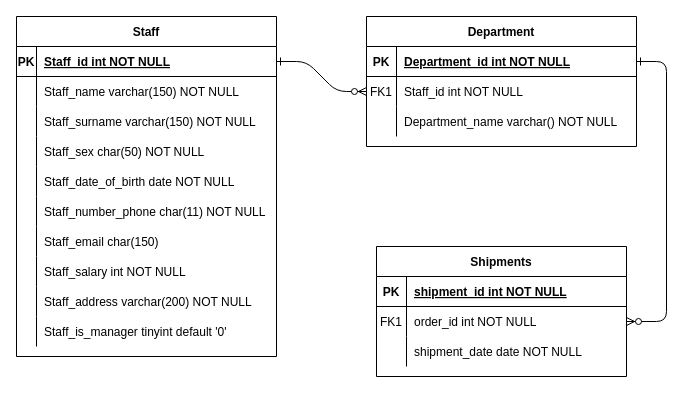
Earlier version of the draw.io diagram QuanLiNhanVien.drawio (Mvt1927/MoHinhEr). Source tidied: cells renumbered, new cells numbered last; positions are measured from the earlier drawing's top-left corner, leaving out a move shared by most shapes. Both pictures are drawn from the tidied source at 100%, with x=0, y=0 at pixel (16, 16).
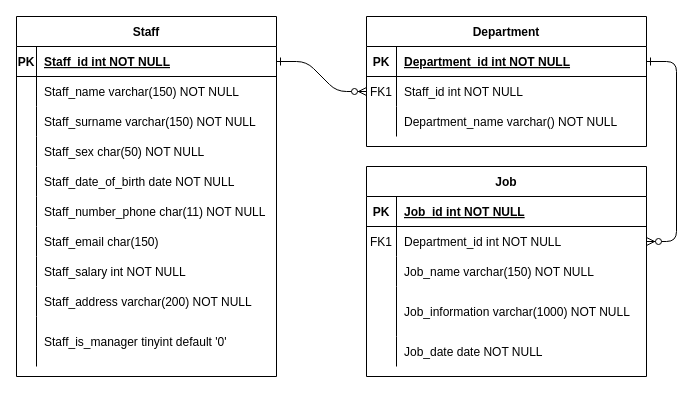
The same page after the edit.

What changed in the source:
```diff
@@
     <mxCell id="4" value="Department" style="shape=table;startSize=30;childLayout=tableLayout;rowLines=0;fontStyle=1;align=center;" parent="1" vertex="1">
-      <mxGeometry x="350" width="270" height="130" as="geometry" />
+      <mxGeometry x="350" width="280" height="130" as="geometry" />
     </mxCell>
     <mxCell id="5" style="shape=partialRectangle;fillColor=none;points=[[0,0.5],[1,0.5]];portConstraint=eastwest;top=0;left=0;right=0;bottom=1;" parent="4" vertex="1">
-      <mxGeometry y="30" width="270" height="30" as="geometry" />
+      <mxGeometry y="30" width="280" height="30" as="geometry" />
     </mxCell>
@@
     <mxCell id="7" value="Department_id int NOT NULL " style="shape=partialRectangle;overflow=hidden;fillColor=none;top=0;left=0;bottom=0;right=0;align=left;spacingLeft=6;fontStyle=5;" parent="5" vertex="1">
-      <mxGeometry x="30" width="240" height="30" as="geometry" />
+      <mxGeometry x="30" width="250" height="30" as="geometry" />
     </mxCell>
     <mxCell id="8" style="shape=partialRectangle;fillColor=none;points=[[0,0.5],[1,0.5]];portConstraint=eastwest;top=0;left=0;right=0;bottom=0;" parent="4" vertex="1">
-      <mxGeometry y="60" width="270" height="30" as="geometry" />
+      <mxGeometry y="60" width="280" height="30" as="geometry" />
     </mxCell>
@@
     <mxCell id="10" value="Staff_id int NOT NULL" style="shape=partialRectangle;overflow=hidden;fillColor=none;top=0;left=0;bottom=0;right=0;align=left;spacingLeft=6;" parent="8" vertex="1">
-      <mxGeometry x="30" width="240" height="30" as="geometry" />
+      <mxGeometry x="30" width="250" height="30" as="geometry" />
     </mxCell>
     <mxCell id="11" style="shape=partialRectangle;fillColor=none;top=0;left=0;right=0;bottom=0;" parent="4" vertex="1">
-      <mxGeometry y="90" width="270" height="30" as="geometry" />
+      <mxGeometry y="90" width="280" height="30" as="geometry" />
     </mxCell>
@@
     <mxCell id="13" value="Department_name varchar() NOT NULL" style="shape=partialRectangle;overflow=hidden;fillColor=none;top=0;left=0;bottom=0;right=0;align=left;spacingLeft=6;" parent="11" vertex="1">
-      <mxGeometry x="30" width="240" height="30" as="geometry" />
+      <mxGeometry x="30" width="250" height="30" as="geometry" />
     </mxCell>
-    <mxCell id="14" value="Shipments" style="shape=table;startSize=30;childLayout=tableLayout;rowLines=0;fontStyle=1;align=center;" parent="1" vertex="1">
-      <mxGeometry x="360" y="230" width="250" height="130" as="geometry" />
+    <mxCell id="14" value="Job" style="shape=table;startSize=30;childLayout=tableLayout;rowLines=0;fontStyle=1;align=center;" parent="1" vertex="1">
+      <mxGeometry x="350" y="150" width="280" height="210" as="geometry" />
     </mxCell>
     <mxCell id="15" style="shape=partialRectangle;fillColor=none;top=0;left=0;right=0;bottom=1;" parent="14" vertex="1">
-      <mxGeometry y="30" width="250" height="30" as="geometry" />
+      <mxGeometry y="30" width="280" height="30" as="geometry" />
     </mxCell>
@@
-    <mxCell id="17" value="shipment_id int NOT NULL " style="shape=partialRectangle;overflow=hidden;fillColor=none;top=0;left=0;bottom=0;right=0;align=left;spacingLeft=6;fontStyle=5;" parent="15" vertex="1">
-      <mxGeometry x="30" width="220" height="30" as="geometry" />
+    <mxCell id="17" value="Job_id int NOT NULL " style="shape=partialRectangle;overflow=hidden;fillColor=none;top=0;left=0;bottom=0;right=0;align=left;spacingLeft=6;fontStyle=5;" parent="15" vertex="1">
+      <mxGeometry x="30" width="250" height="30" as="geometry" />
     </mxCell>
     <mxCell id="18" style="shape=partialRectangle;fillColor=none;points=[[0,0.5],[1,0.5]];portConstraint=eastwest;top=0;left=0;right=0;bottom=0;" parent="14" vertex="1">
-      <mxGeometry y="60" width="250" height="30" as="geometry" />
+      <mxGeometry y="60" width="280" height="30" as="geometry" />
     </mxCell>
@@
-    <mxCell id="20" value="order_id int NOT NULL" style="shape=partialRectangle;overflow=hidden;fillColor=none;top=0;left=0;bottom=0;right=0;align=left;spacingLeft=6;" parent="18" vertex="1">
-      <mxGeometry x="30" width="220" height="30" as="geometry" />
+    <mxCell id="20" value="Department_id int NOT NULL" style="shape=partialRectangle;overflow=hidden;fillColor=none;top=0;left=0;bottom=0;right=0;align=left;spacingLeft=6;" parent="18" vertex="1">
+      <mxGeometry x="30" width="250" height="30" as="geometry" />
     </mxCell>
     <mxCell id="21" style="shape=partialRectangle;fillColor=none;top=0;left=0;right=0;bottom=0;" parent="14" vertex="1">
-      <mxGeometry y="90" width="250" height="30" as="geometry" />
+      <mxGeometry y="90" width="280" height="30" as="geometry" />
     </mxCell>
@@
-    <mxCell id="23" value="shipment_date date NOT NULL" style="shape=partialRectangle;overflow=hidden;fillColor=none;top=0;left=0;bottom=0;right=0;align=left;spacingLeft=6;" parent="21" vertex="1">
-      <mxGeometry x="30" width="220" height="30" as="geometry" />
+    <mxCell id="23" value="Job_name varchar(150) NOT NULL" style="shape=partialRectangle;overflow=hidden;fillColor=none;top=0;left=0;bottom=0;right=0;align=left;spacingLeft=6;" parent="21" vertex="1">
+      <mxGeometry x="30" width="250" height="30" as="geometry" />
     </mxCell>
+    <mxCell id="55" style="shape=partialRectangle;fillColor=none;top=0;left=0;bottom=0;right=0;" parent="14" vertex="1">
+      <mxGeometry y="120" width="280" height="50" as="geometry" />
+    </mxCell>
+    <mxCell id="56" style="shape=partialRectangle;fillColor=none;top=0;left=0;bottom=0;right=0;overflow=hidden;" parent="55" vertex="1">
+      <mxGeometry width="30" height="50" as="geometry" />
+    </mxCell>
+    <mxCell id="57" value="Job_information varchar(1000) NOT NULL" style="shape=partialRectangle;fillColor=none;top=0;left=0;bottom=0;right=0;align=left;spacingLeft=6;overflow=hidden;" parent="55" vertex="1">
+      <mxGeometry x="30" width="250" height="50" as="geometry" />
+    </mxCell>
+    <mxCell id="58" style="shape=partialRectangle;fillColor=none;top=0;left=0;bottom=0;right=0;" parent="14" vertex="1">
+      <mxGeometry y="170" width="280" height="30" as="geometry" />
+    </mxCell>
+    <mxCell id="59" style="shape=partialRectangle;fillColor=none;top=0;left=0;bottom=0;right=0;overflow=hidden;" parent="58" vertex="1">
+      <mxGeometry width="30" height="30" as="geometry" />
+    </mxCell>
+    <mxCell id="60" value="Job_date date NOT NULL" style="shape=partialRectangle;fillColor=none;top=0;left=0;bottom=0;right=0;align=left;spacingLeft=6;overflow=hidden;" parent="58" vertex="1">
+      <mxGeometry x="30" width="250" height="30" as="geometry" />
+    </mxCell>
     <mxCell id="24" value="Staff" style="shape=table;startSize=30;childLayout=tableLayout;rowLines=0;fontStyle=1;align=center;" parent="1" vertex="1">
-      <mxGeometry width="260" height="340" as="geometry" />
+      <mxGeometry width="260" height="360" as="geometry" />
     </mxCell>
@@
     <mxCell id="52" style="shape=partialRectangle;fillColor=none;top=0;left=0;bottom=0;right=0;" parent="24" vertex="1">
-      <mxGeometry y="300" width="260" height="30" as="geometry" />
+      <mxGeometry y="300" width="260" height="50" as="geometry" />
     </mxCell>
     <mxCell id="53" style="shape=partialRectangle;fillColor=none;top=0;left=0;bottom=0;right=0;overflow=hidden;" parent="52" vertex="1">
-      <mxGeometry width="20" height="30" as="geometry" />
+      <mxGeometry width="20" height="50" as="geometry" />
     </mxCell>
     <mxCell id="54" value="Staff_is_manager tinyint default '0'" style="shape=partialRectangle;fillColor=none;top=0;left=0;bottom=0;right=0;align=left;spacingLeft=6;overflow=hidden;" parent="52" vertex="1">
-      <mxGeometry x="20" width="240" height="30" as="geometry" />
+      <mxGeometry x="20" width="240" height="50" as="geometry" />
     </mxCell>
```
